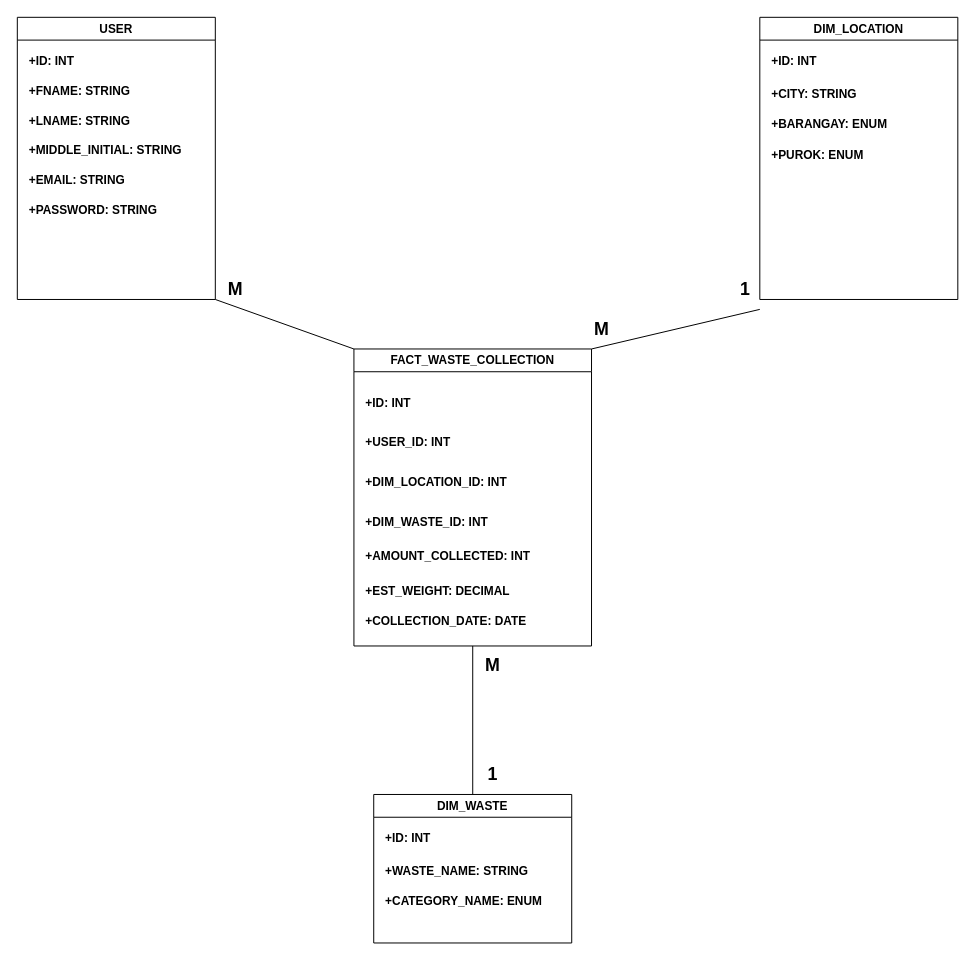
JEIT25/Smart-Recyclable-Waste-Monitoring-System keeps this draw.io diagram as syystem-class-diagram.drawio. Above is the earlier version. Source tidied: cells renumbered, new cells numbered last; positions are measured from the earlier drawing's top-left corner, leaving out a move shared by most shapes. Both pictures are drawn from the tidied source at 99%, with x=0, y=0 at pixel (17, 17).
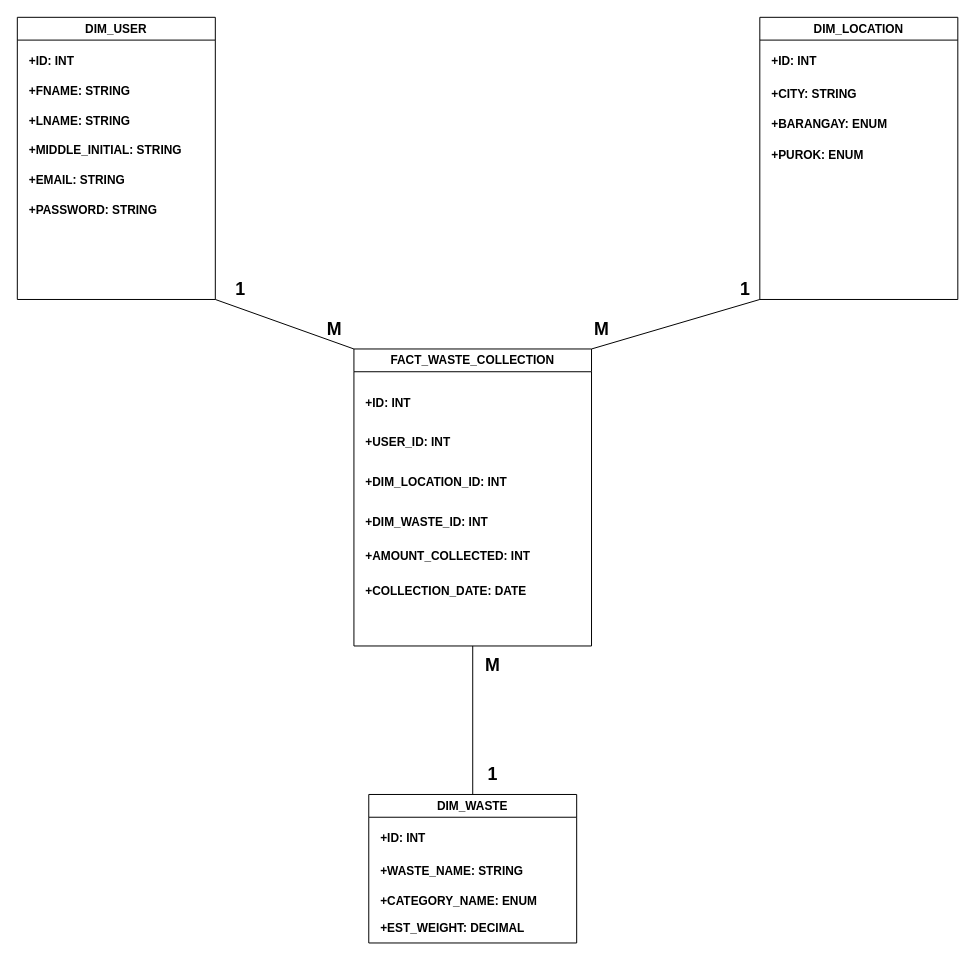
The same page after the edit.

The change refers to these unchanged cells:
```xml
<mxCell id="9" value="FACT_WASTE_COLLECTION" style="swimlane;whiteSpace=wrap;html=1;" parent="1" vertex="1">
  <mxGeometry x="340" y="335" width="240" height="300" as="geometry" />
</mxCell>
<mxCell id="29" value="DIM_LOCATION" style="swimlane;whiteSpace=wrap;html=1;" parent="1" vertex="1">
  <mxGeometry x="750" width="200" height="285" as="geometry" />
</mxCell>
```

The edit, as a diff of the source:
```diff
@@
-    <mxCell id="2" value="USER" style="swimlane;whiteSpace=wrap;html=1;" parent="1" vertex="1">
+    <mxCell id="2" value="DIM_USER" style="swimlane;whiteSpace=wrap;html=1;" parent="1" vertex="1">
       <mxGeometry width="200" height="285" as="geometry" />
     </mxCell>
@@
-    <mxCell id="13" value="&lt;div style=&quot;text-align: justify;&quot;&gt;&lt;b&gt;+EST_WEIGHT: DECIMAL&lt;/b&gt;&lt;/div&gt;" style="text;html=1;align=left;verticalAlign=middle;strokeColor=none;fillColor=none;" parent="9" vertex="1">
-      <mxGeometry x="10" y="230" width="170" height="30" as="geometry" />
-    </mxCell>
@@
     <mxCell id="16" value="&lt;div style=&quot;text-align: justify;&quot;&gt;&lt;b style=&quot;background-color: initial;&quot;&gt;+COLLECTION_DATE: DATE&lt;/b&gt;&lt;/div&gt;" style="text;html=1;align=left;verticalAlign=middle;strokeColor=none;fillColor=none;" parent="9" vertex="1">
-      <mxGeometry x="10" y="260" width="170" height="30" as="geometry" />
+      <mxGeometry x="10" y="230" width="170" height="30" as="geometry" />
     </mxCell>
     <mxCell id="17" value="DIM_WASTE" style="swimlane;whiteSpace=wrap;html=1;" parent="1" vertex="1">
-      <mxGeometry x="360" y="785" width="200" height="150" as="geometry" />
+      <mxGeometry x="355" y="785" width="210" height="150" as="geometry" />
     </mxCell>
@@
+    <mxCell id="13" value="&lt;div style=&quot;text-align: justify;&quot;&gt;&lt;b&gt;+EST_WEIGHT: DECIMAL&lt;/b&gt;&lt;/div&gt;" style="text;html=1;align=left;verticalAlign=middle;strokeColor=none;fillColor=none;" parent="17" vertex="1">
+      <mxGeometry x="10" y="120" width="170" height="30" as="geometry" />
+    </mxCell>
@@
     <mxCell id="23" value="&lt;span style=&quot;font-size: 18px;&quot;&gt;&lt;b&gt;M&lt;/b&gt;&lt;/span&gt;" style="text;html=1;align=center;verticalAlign=middle;strokeColor=none;fillColor=none;" parent="1" vertex="1">
-      <mxGeometry x="200" y="255" width="40" height="40" as="geometry" />
+      <mxGeometry x="300" y="295" width="40" height="40" as="geometry" />
     </mxCell>
@@
-    <mxCell id="28" style="endArrow=none;html=1;rounded=0;exitX=0;exitY=1;exitDx=0;exitDy=0;entryX=1;entryY=0;entryDx=0;entryDy=0;" parent="1" edge="1" target="9">
-      <mxGeometry relative="1" as="geometry">
-        <mxPoint x="750" y="295" as="sourcePoint" />
-      </mxGeometry>
+    <mxCell id="28" style="endArrow=none;html=1;rounded=0;exitX=0;exitY=1;exitDx=0;exitDy=0;entryX=1;entryY=0;entryDx=0;entryDy=0;" parent="1" edge="1" source="29" target="9">
+      <mxGeometry relative="1" as="geometry" />
     </mxCell>
@@
+    <mxCell id="34" value="&lt;font style=&quot;font-size: 18px;&quot;&gt;&lt;b style=&quot;&quot;&gt;1&lt;/b&gt;&lt;/font&gt;" style="text;html=1;align=center;verticalAlign=middle;strokeColor=none;fillColor=none;" parent="1" vertex="1">
+      <mxGeometry x="210" y="255" width="30" height="40" as="geometry" />
+    </mxCell>
```
